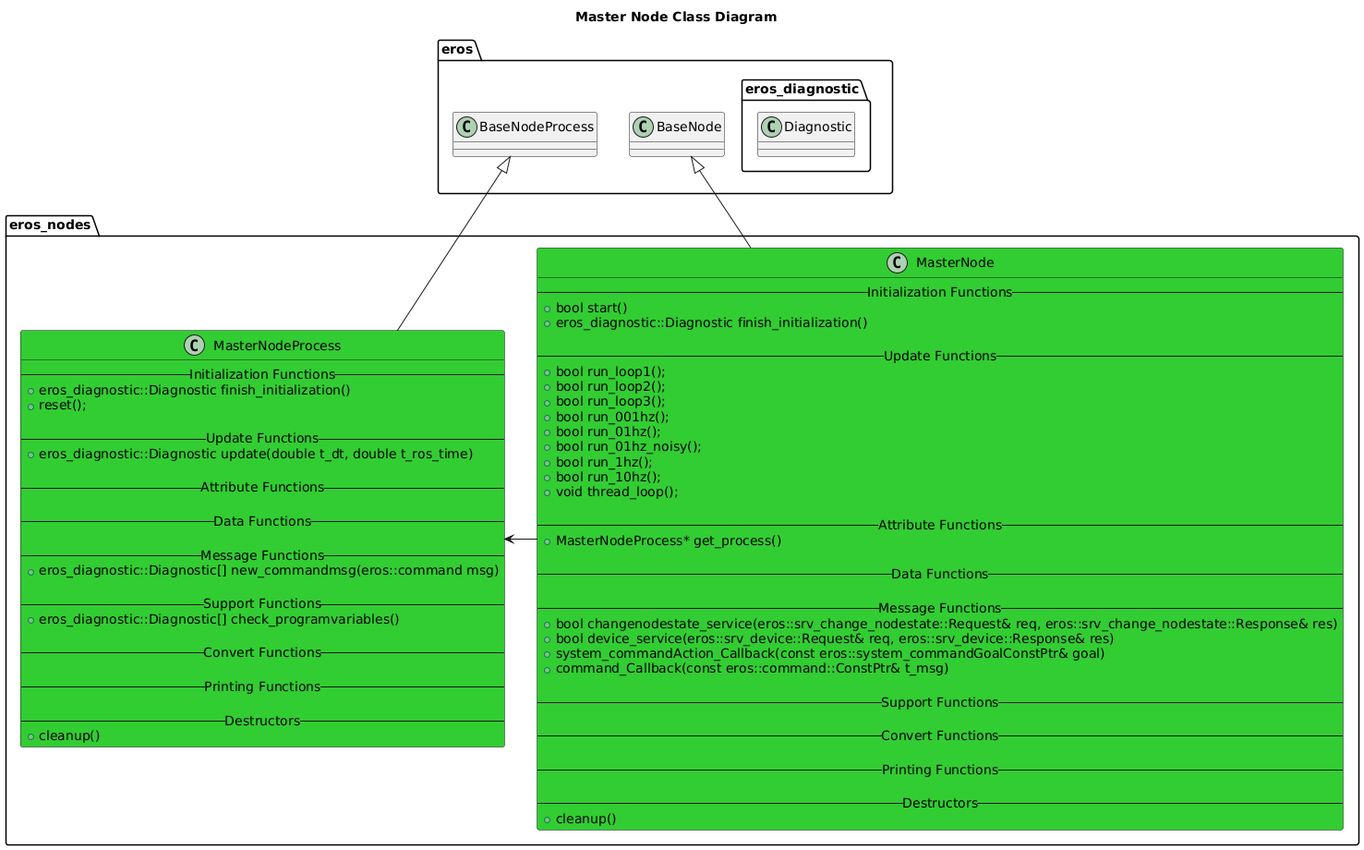
This is nodes/MasterNode/doc/output/MasterNodeClassDiagram.png from dgitz/eros, a PlantUML export, as it was before one commit.
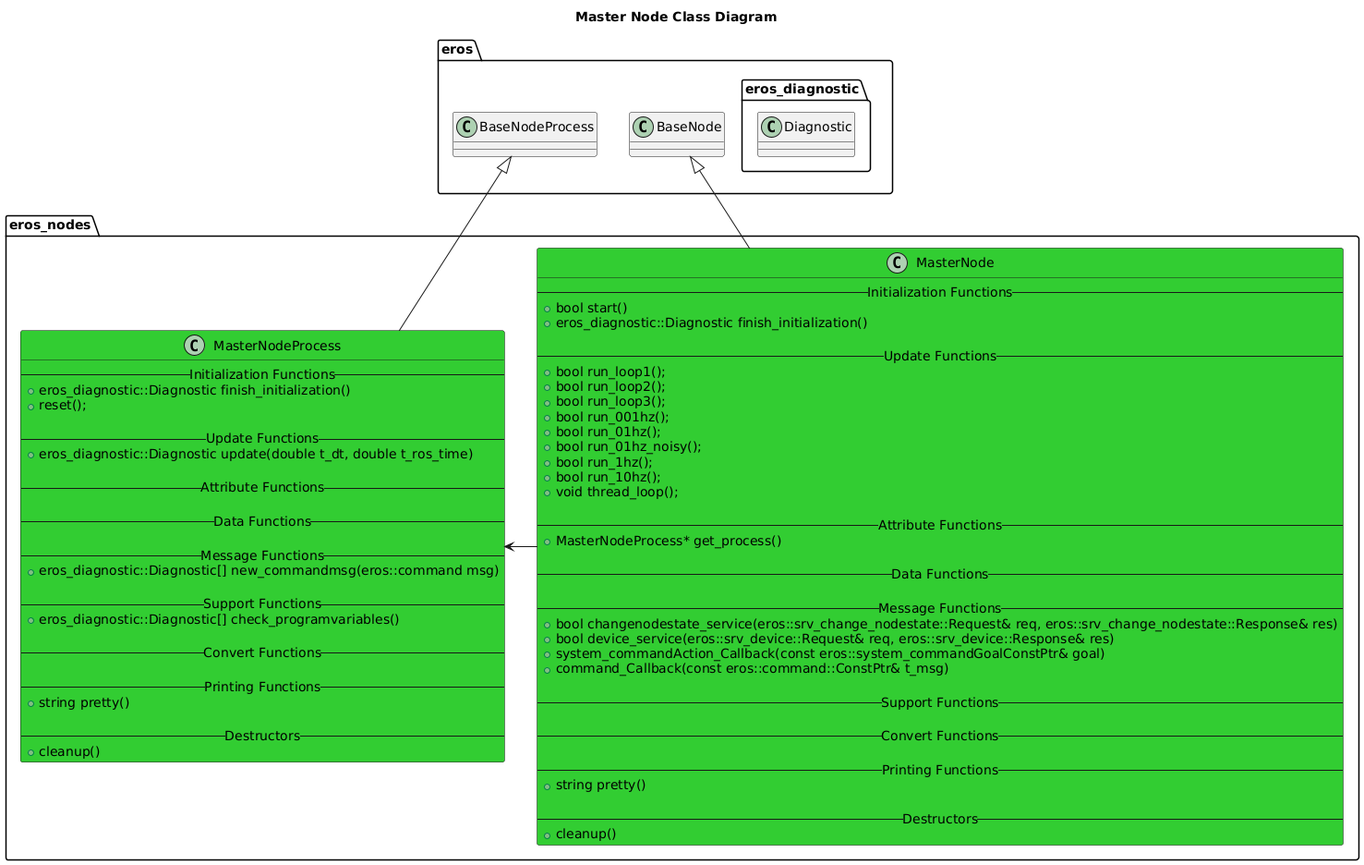
After the commit.

Diff of the diagram source:
```diff
@@ -40,6 +40,7 @@
         -- Convert Functions --
 
         -- Printing Functions --
+        +string pretty()
 
         -- Destructors --
         +cleanup()
@@ -65,6 +66,7 @@
         -- Convert Functions --
 
         -- Printing Functions --
+        +string pretty()
 
         -- Destructors --
         +cleanup()
```
